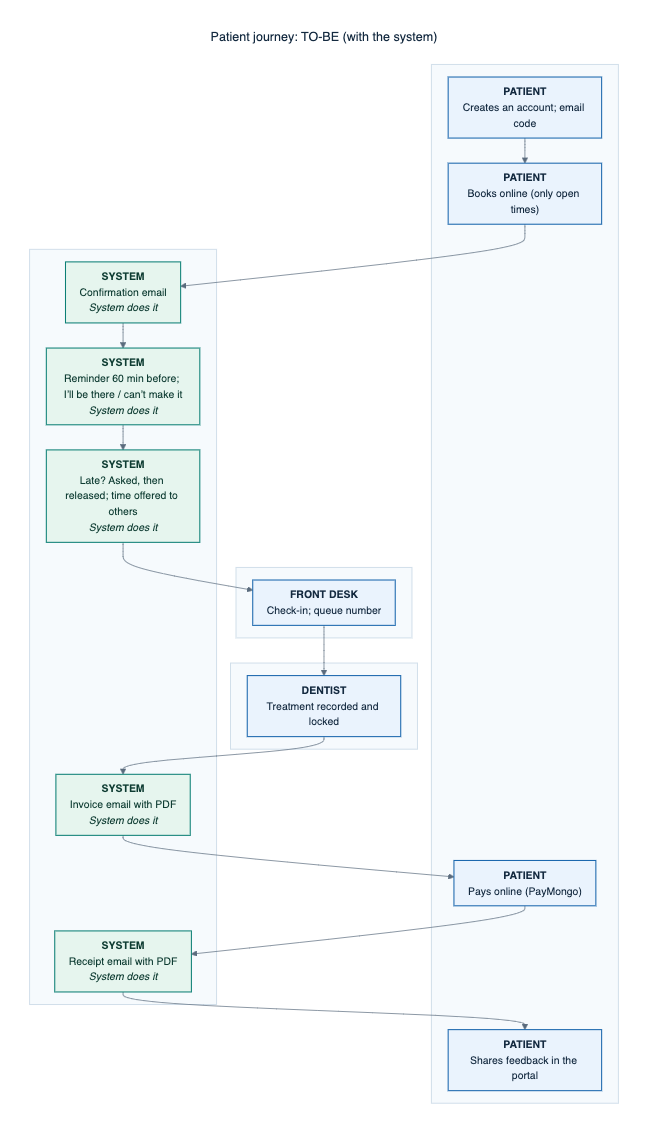
The Mermaid diagram docs/defense/diagrams/png/overview-to-be.png in 0phem/multibranch-dental-clinic, before a commit. Its source is kept beside it as docs/defense/diagrams/overview-to-be.mmd.
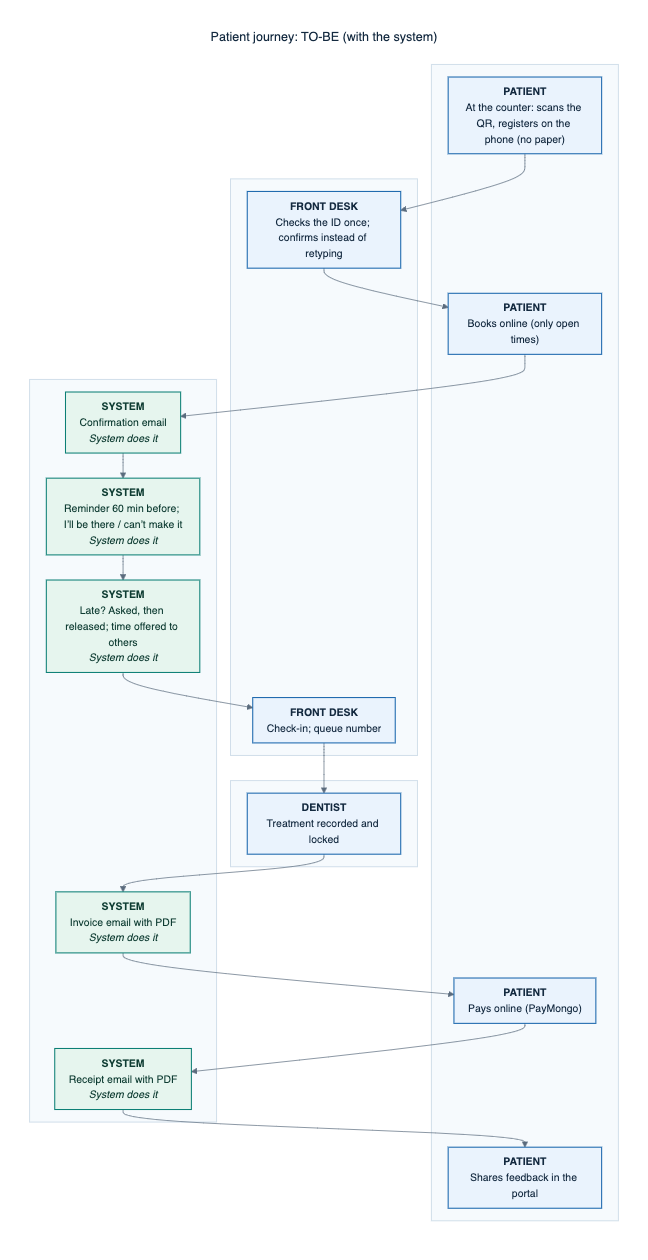
After the change.

The edit, as a diff of the source:
```diff
@@ -4,26 +4,27 @@
 flowchart TB
     subgraph L0[" "]
     direction LR
-      S0["<b>PATIENT</b><br/>Creates an account; email code"]:::manual
-      S1["<b>PATIENT</b><br/>Books online (only open times)"]:::manual
-      S8["<b>PATIENT</b><br/>Pays online (PayMongo)"]:::manual
-      S10["<b>PATIENT</b><br/>Shares feedback in the portal"]:::manual
+      S0["<b>PATIENT</b><br/>At the counter: scans the QR, registers on the phone (no paper)"]:::manual
+      S2["<b>PATIENT</b><br/>Books online (only open times)"]:::manual
+      S9["<b>PATIENT</b><br/>Pays online (PayMongo)"]:::manual
+      S11["<b>PATIENT</b><br/>Shares feedback in the portal"]:::manual
     end
     subgraph L1[" "]
     direction LR
-      S5["<b>FRONT DESK</b><br/>Check-in; queue number"]:::manual
+      S1["<b>FRONT DESK</b><br/>Checks the ID once; confirms instead of retyping"]:::manual
+      S6["<b>FRONT DESK</b><br/>Check-in; queue number"]:::manual
     end
     subgraph L2[" "]
     direction LR
-      S6["<b>DENTIST</b><br/>Treatment recorded and locked"]:::manual
+      S7["<b>DENTIST</b><br/>Treatment recorded and locked"]:::manual
     end
     subgraph L4[" "]
     direction LR
-      S2["<b>SYSTEM</b><br/>Confirmation email<br/><i>System does it</i>"]:::auto
-      S3["<b>SYSTEM</b><br/>Reminder 60 min before; I’ll be there / can’t make it<br/><i>System does it</i>"]:::auto
-      S4["<b>SYSTEM</b><br/>Late? Asked, then released; time offered to others<br/><i>System does it</i>"]:::auto
-      S7["<b>SYSTEM</b><br/>Invoice email with PDF<br/><i>System does it</i>"]:::auto
-      S9["<b>SYSTEM</b><br/>Receipt email with PDF<br/><i>System does it</i>"]:::auto
+      S3["<b>SYSTEM</b><br/>Confirmation email<br/><i>System does it</i>"]:::auto
+      S4["<b>SYSTEM</b><br/>Reminder 60 min before; I’ll be there / can’t make it<br/><i>System does it</i>"]:::auto
+      S5["<b>SYSTEM</b><br/>Late? Asked, then released; time offered to others<br/><i>System does it</i>"]:::auto
+      S8["<b>SYSTEM</b><br/>Invoice email with PDF<br/><i>System does it</i>"]:::auto
+      S10["<b>SYSTEM</b><br/>Receipt email with PDF<br/><i>System does it</i>"]:::auto
     end
     S0 --> S1
     S1 --> S2
@@ -35,6 +36,7 @@
     S7 --> S8
     S8 --> S9
     S9 --> S10
+    S10 --> S11
     classDef cited fill:#eaf3fd,stroke:#1865ac,color:#142a40,stroke-width:1.5px
     classDef confirm fill:#fffaf0,stroke:#b26a00,color:#5e3c00,stroke-width:1.5px,stroke-dasharray:6 4
     classDef auto fill:#e6f5ee,stroke:#0c7f75,color:#0f3d33,stroke-width:1.5px
```
